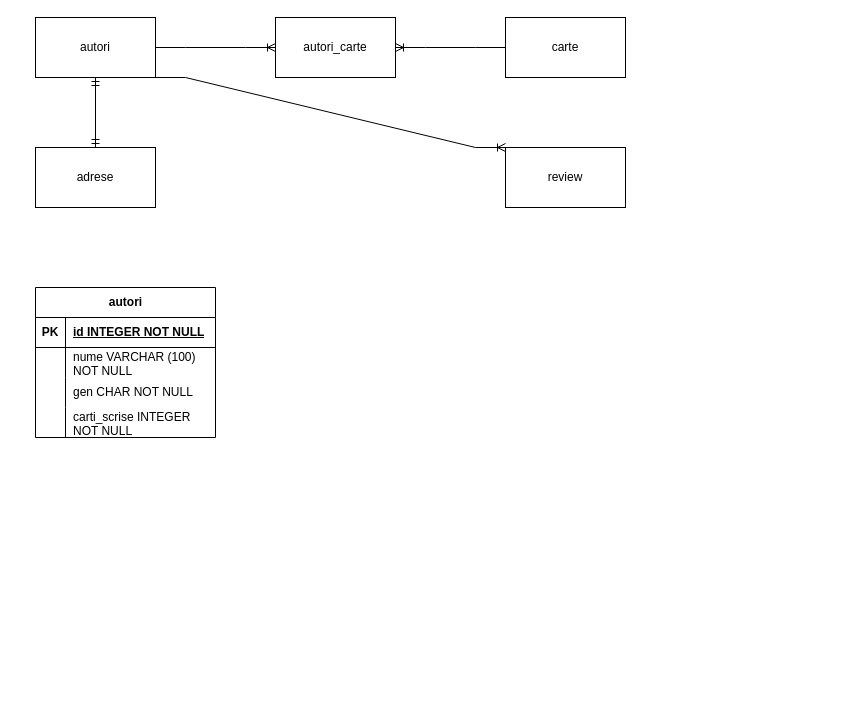
This is Untitled Diagram.drawio from vitorjurj/modelare_db, a draw.io file, before an edit. Source tidied: cells renumbered, new cells numbered last; positions are measured from the earlier drawing's top-left corner, leaving out a move shared by most shapes. Both pictures are drawn from the tidied source at 100%, with x=0, y=0 at pixel (35, 17).
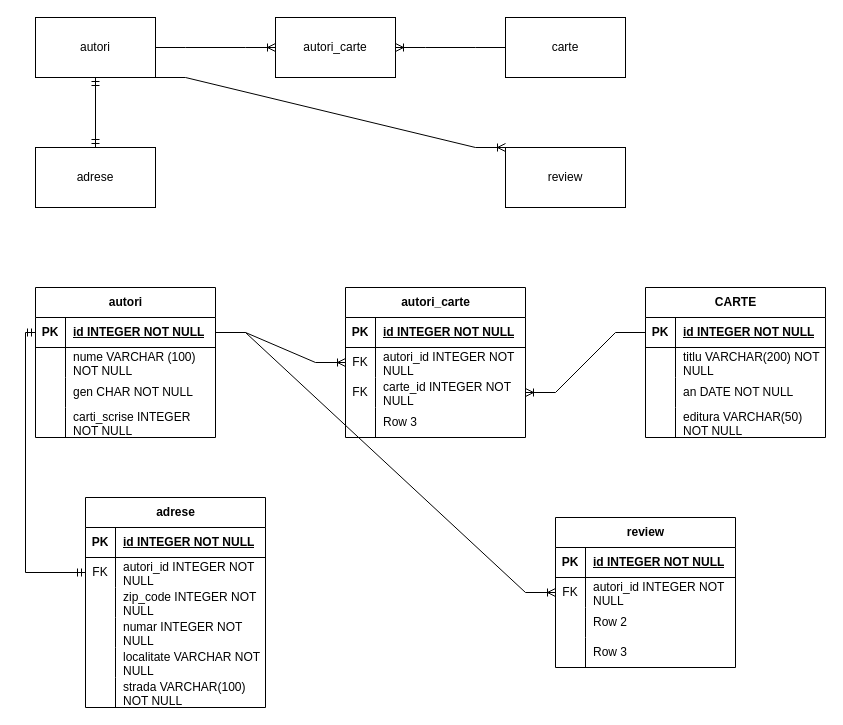
The same page after the edit.

Unchanged cells that the change refers to:
```xml
<mxCell id="12" style="shape=tableRow;horizontal=0;startSize=0;swimlaneHead=0;swimlaneBody=0;fillColor=none;points=[[0,0.5],[1,0.5]];portConstraint=eastwest;top=0;left=0;right=0;bottom=1;" parent="11" vertex="1">
  <mxGeometry y="30" width="180" height="30" as="geometry" />
</mxCell>
```

Change to the diagram source:
```diff
@@
+    <mxCell id="24" value="autori_carte" style="shape=table;startSize=30;childLayout=tableLayout;rowLines=0;fontStyle=1;align=center;html=1;" parent="1" vertex="1">
+      <mxGeometry x="310" y="270" width="180" height="150" as="geometry" />
+    </mxCell>
+    <mxCell id="25" style="shape=tableRow;horizontal=0;startSize=0;swimlaneHead=0;swimlaneBody=0;fillColor=none;top=0;left=0;right=0;bottom=1;" parent="24" vertex="1">
+      <mxGeometry y="30" width="180" height="30" as="geometry" />
+    </mxCell>
+    <mxCell id="26" value="PK" style="shape=partialRectangle;fillColor=none;top=0;left=0;bottom=0;right=0;fontStyle=1;overflow=hidden;whiteSpace=wrap;html=1;" parent="25" vertex="1">
+      <mxGeometry width="30" height="30" as="geometry" />
+    </mxCell>
+    <mxCell id="27" value="id INTEGER NOT NULL" style="shape=partialRectangle;fillColor=none;top=0;left=0;bottom=0;right=0;align=left;spacingLeft=6;fontStyle=5;overflow=hidden;whiteSpace=wrap;html=1;" parent="25" vertex="1">
+      <mxGeometry x="30" width="150" height="30" as="geometry" />
+    </mxCell>
+    <mxCell id="28" style="shape=tableRow;horizontal=0;startSize=0;swimlaneHead=0;swimlaneBody=0;fillColor=none;points=[[0,0.5],[1,0.5]];portConstraint=eastwest;top=0;left=0;right=0;bottom=0;" parent="24" vertex="1">
+      <mxGeometry y="60" width="180" height="30" as="geometry" />
+    </mxCell>
+    <mxCell id="29" value="FK" style="shape=partialRectangle;fillColor=none;top=0;left=0;bottom=0;right=0;overflow=hidden;whiteSpace=wrap;html=1;" parent="28" vertex="1">
+      <mxGeometry width="30" height="30" as="geometry" />
+    </mxCell>
+    <mxCell id="30" value="autori_id INTEGER NOT NULL" style="shape=partialRectangle;fillColor=none;top=0;left=0;bottom=0;right=0;align=left;spacingLeft=6;overflow=hidden;whiteSpace=wrap;html=1;" parent="28" vertex="1">
+      <mxGeometry x="30" width="150" height="30" as="geometry" />
+    </mxCell>
+    <mxCell id="31" style="shape=tableRow;horizontal=0;startSize=0;swimlaneHead=0;swimlaneBody=0;fillColor=none;points=[[0,0.5],[1,0.5]];portConstraint=eastwest;top=0;left=0;right=0;bottom=0;" parent="24" vertex="1">
+      <mxGeometry y="90" width="180" height="30" as="geometry" />
+    </mxCell>
+    <mxCell id="32" value="FK" style="shape=partialRectangle;fillColor=none;top=0;left=0;bottom=0;right=0;overflow=hidden;whiteSpace=wrap;html=1;" parent="31" vertex="1">
+      <mxGeometry width="30" height="30" as="geometry" />
+    </mxCell>
+    <mxCell id="33" value="carte_id INTEGER NOT NULL" style="shape=partialRectangle;fillColor=none;top=0;left=0;bottom=0;right=0;align=left;spacingLeft=6;overflow=hidden;whiteSpace=wrap;html=1;" parent="31" vertex="1">
+      <mxGeometry x="30" width="150" height="30" as="geometry" />
+    </mxCell>
+    <mxCell id="34" style="shape=tableRow;horizontal=0;startSize=0;swimlaneHead=0;swimlaneBody=0;fillColor=none;top=0;left=0;right=0;bottom=0;" parent="24" vertex="1">
+      <mxGeometry y="120" width="180" height="30" as="geometry" />
+    </mxCell>
+    <mxCell id="35" style="shape=partialRectangle;fillColor=none;top=0;left=0;bottom=0;right=0;overflow=hidden;whiteSpace=wrap;html=1;" parent="34" vertex="1">
+      <mxGeometry width="30" height="30" as="geometry" />
+    </mxCell>
+    <mxCell id="36" value="Row 3" style="shape=partialRectangle;fillColor=none;top=0;left=0;bottom=0;right=0;align=left;spacingLeft=6;overflow=hidden;whiteSpace=wrap;html=1;" parent="34" vertex="1">
+      <mxGeometry x="30" width="150" height="30" as="geometry" />
+    </mxCell>
+    <mxCell id="37" value="CARTE" style="shape=table;startSize=30;childLayout=tableLayout;rowLines=0;fontStyle=1;align=center;html=1;" parent="1" vertex="1">
+      <mxGeometry x="610" y="270" width="180" height="150" as="geometry" />
+    </mxCell>
+    <mxCell id="38" style="shape=tableRow;horizontal=0;startSize=0;swimlaneHead=0;swimlaneBody=0;fillColor=none;points=[[0,0.5],[1,0.5]];portConstraint=eastwest;top=0;left=0;right=0;bottom=1;" parent="37" vertex="1">
+      <mxGeometry y="30" width="180" height="30" as="geometry" />
+    </mxCell>
+    <mxCell id="39" value="PK" style="shape=partialRectangle;fillColor=none;top=0;left=0;bottom=0;right=0;fontStyle=1;overflow=hidden;whiteSpace=wrap;html=1;" parent="38" vertex="1">
+      <mxGeometry width="30" height="30" as="geometry" />
+    </mxCell>
+    <mxCell id="40" value="id INTEGER NOT NULL" style="shape=partialRectangle;fillColor=none;top=0;left=0;bottom=0;right=0;align=left;spacingLeft=6;fontStyle=5;overflow=hidden;whiteSpace=wrap;html=1;" parent="38" vertex="1">
+      <mxGeometry x="30" width="150" height="30" as="geometry" />
+    </mxCell>
+    <mxCell id="41" style="shape=tableRow;horizontal=0;startSize=0;swimlaneHead=0;swimlaneBody=0;fillColor=none;top=0;left=0;right=0;bottom=0;" parent="37" vertex="1">
+      <mxGeometry y="60" width="180" height="30" as="geometry" />
+    </mxCell>
+    <mxCell id="42" style="shape=partialRectangle;fillColor=none;top=0;left=0;bottom=0;right=0;overflow=hidden;whiteSpace=wrap;html=1;" parent="41" vertex="1">
+      <mxGeometry width="30" height="30" as="geometry" />
+    </mxCell>
+    <mxCell id="43" value="titlu VARCHAR(200) NOT NULL" style="shape=partialRectangle;fillColor=none;top=0;left=0;bottom=0;right=0;align=left;spacingLeft=6;overflow=hidden;whiteSpace=wrap;html=1;" parent="41" vertex="1">
+      <mxGeometry x="30" width="150" height="30" as="geometry" />
+    </mxCell>
+    <mxCell id="44" style="shape=tableRow;horizontal=0;startSize=0;swimlaneHead=0;swimlaneBody=0;fillColor=none;top=0;left=0;right=0;bottom=0;" parent="37" vertex="1">
+      <mxGeometry y="90" width="180" height="30" as="geometry" />
+    </mxCell>
+    <mxCell id="45" style="shape=partialRectangle;fillColor=none;top=0;left=0;bottom=0;right=0;overflow=hidden;whiteSpace=wrap;html=1;" parent="44" vertex="1">
+      <mxGeometry width="30" height="30" as="geometry" />
+    </mxCell>
+    <mxCell id="46" value="an DATE NOT NULL" style="shape=partialRectangle;fillColor=none;top=0;left=0;bottom=0;right=0;align=left;spacingLeft=6;overflow=hidden;whiteSpace=wrap;html=1;" parent="44" vertex="1">
+      <mxGeometry x="30" width="150" height="30" as="geometry" />
+    </mxCell>
+    <mxCell id="47" style="shape=tableRow;horizontal=0;startSize=0;swimlaneHead=0;swimlaneBody=0;fillColor=none;top=0;left=0;right=0;bottom=0;" parent="37" vertex="1">
+      <mxGeometry y="120" width="180" height="30" as="geometry" />
+    </mxCell>
+    <mxCell id="48" style="shape=partialRectangle;fillColor=none;top=0;left=0;bottom=0;right=0;overflow=hidden;whiteSpace=wrap;html=1;" parent="47" vertex="1">
+      <mxGeometry width="30" height="30" as="geometry" />
+    </mxCell>
+    <mxCell id="49" value="editura VARCHAR(50) NOT NULL" style="shape=partialRectangle;fillColor=none;top=0;left=0;bottom=0;right=0;align=left;spacingLeft=6;overflow=hidden;whiteSpace=wrap;html=1;" parent="47" vertex="1">
+      <mxGeometry x="30" width="150" height="30" as="geometry" />
+    </mxCell>
+    <mxCell id="50" value="adrese" style="shape=table;startSize=30;childLayout=tableLayout;rowLines=0;fontStyle=1;align=center;html=1;" parent="1" vertex="1">
+      <mxGeometry x="50" y="480" width="180" height="210" as="geometry" />
+    </mxCell>
+    <mxCell id="51" style="shape=tableRow;horizontal=0;startSize=0;swimlaneHead=0;swimlaneBody=0;fillColor=none;top=0;left=0;right=0;bottom=1;" parent="50" vertex="1">
+      <mxGeometry y="30" width="180" height="30" as="geometry" />
+    </mxCell>
+    <mxCell id="52" value="PK" style="shape=partialRectangle;fillColor=none;top=0;left=0;bottom=0;right=0;fontStyle=1;overflow=hidden;whiteSpace=wrap;html=1;" parent="51" vertex="1">
+      <mxGeometry width="30" height="30" as="geometry" />
+    </mxCell>
+    <mxCell id="53" value="id INTEGER NOT NULL" style="shape=partialRectangle;fillColor=none;top=0;left=0;bottom=0;right=0;align=left;spacingLeft=6;fontStyle=5;overflow=hidden;whiteSpace=wrap;html=1;" parent="51" vertex="1">
+      <mxGeometry x="30" width="150" height="30" as="geometry" />
+    </mxCell>
+    <mxCell id="54" style="shape=tableRow;horizontal=0;startSize=0;swimlaneHead=0;swimlaneBody=0;fillColor=none;points=[[0,0.5],[1,0.5]];portConstraint=eastwest;top=0;left=0;right=0;bottom=0;" parent="50" vertex="1">
+      <mxGeometry y="60" width="180" height="30" as="geometry" />
+    </mxCell>
+    <mxCell id="55" value="FK" style="shape=partialRectangle;fillColor=none;top=0;left=0;bottom=0;right=0;overflow=hidden;whiteSpace=wrap;html=1;" parent="54" vertex="1">
+      <mxGeometry width="30" height="30" as="geometry" />
+    </mxCell>
+    <mxCell id="56" value="autori_id INTEGER NOT NULL" style="shape=partialRectangle;fillColor=none;top=0;left=0;bottom=0;right=0;align=left;spacingLeft=6;overflow=hidden;whiteSpace=wrap;html=1;" parent="54" vertex="1">
+      <mxGeometry x="30" width="150" height="30" as="geometry" />
+    </mxCell>
+    <mxCell id="57" style="shape=tableRow;horizontal=0;startSize=0;swimlaneHead=0;swimlaneBody=0;fillColor=none;top=0;left=0;right=0;bottom=0;" parent="50" vertex="1">
+      <mxGeometry y="90" width="180" height="30" as="geometry" />
+    </mxCell>
+    <mxCell id="58" style="shape=partialRectangle;fillColor=none;top=0;left=0;bottom=0;right=0;overflow=hidden;whiteSpace=wrap;html=1;" parent="57" vertex="1">
+      <mxGeometry width="30" height="30" as="geometry" />
+    </mxCell>
+    <mxCell id="59" value="zip_code INTEGER NOT NULL" style="shape=partialRectangle;fillColor=none;top=0;left=0;bottom=0;right=0;align=left;spacingLeft=6;overflow=hidden;whiteSpace=wrap;html=1;" parent="57" vertex="1">
+      <mxGeometry x="30" width="150" height="30" as="geometry" />
+    </mxCell>
+    <mxCell id="60" style="shape=tableRow;horizontal=0;startSize=0;swimlaneHead=0;swimlaneBody=0;fillColor=none;top=0;left=0;right=0;bottom=0;" parent="50" vertex="1">
+      <mxGeometry y="120" width="180" height="30" as="geometry" />
+    </mxCell>
+    <mxCell id="61" style="shape=partialRectangle;fillColor=none;top=0;left=0;bottom=0;right=0;overflow=hidden;whiteSpace=wrap;html=1;" parent="60" vertex="1">
+      <mxGeometry width="30" height="30" as="geometry" />
+    </mxCell>
+    <mxCell id="62" value="numar INTEGER NOT NULL" style="shape=partialRectangle;fillColor=none;top=0;left=0;bottom=0;right=0;align=left;spacingLeft=6;overflow=hidden;whiteSpace=wrap;html=1;" parent="60" vertex="1">
+      <mxGeometry x="30" width="150" height="30" as="geometry" />
+    </mxCell>
+    <mxCell id="63" style="shape=tableRow;horizontal=0;startSize=0;swimlaneHead=0;swimlaneBody=0;fillColor=none;top=0;left=0;right=0;bottom=0;" parent="50" vertex="1">
+      <mxGeometry y="150" width="180" height="30" as="geometry" />
+    </mxCell>
+    <mxCell id="64" style="shape=partialRectangle;fillColor=none;top=0;left=0;bottom=0;right=0;overflow=hidden;whiteSpace=wrap;html=1;" parent="63" vertex="1">
+      <mxGeometry width="30" height="30" as="geometry" />
+    </mxCell>
+    <mxCell id="65" value="localitate VARCHAR NOT NULL" style="shape=partialRectangle;fillColor=none;top=0;left=0;bottom=0;right=0;align=left;spacingLeft=6;overflow=hidden;whiteSpace=wrap;html=1;" parent="63" vertex="1">
+      <mxGeometry x="30" width="150" height="30" as="geometry" />
+    </mxCell>
+    <mxCell id="66" style="shape=tableRow;horizontal=0;startSize=0;swimlaneHead=0;swimlaneBody=0;fillColor=none;top=0;left=0;right=0;bottom=0;" parent="50" vertex="1">
+      <mxGeometry y="180" width="180" height="30" as="geometry" />
+    </mxCell>
+    <mxCell id="67" style="shape=partialRectangle;fillColor=none;top=0;left=0;bottom=0;right=0;overflow=hidden;whiteSpace=wrap;html=1;" parent="66" vertex="1">
+      <mxGeometry width="30" height="30" as="geometry" />
+    </mxCell>
+    <mxCell id="68" value="strada VARCHAR(100) NOT NULL" style="shape=partialRectangle;fillColor=none;top=0;left=0;bottom=0;right=0;align=left;spacingLeft=6;overflow=hidden;whiteSpace=wrap;html=1;" parent="66" vertex="1">
+      <mxGeometry x="30" width="150" height="30" as="geometry" />
+    </mxCell>
+    <mxCell id="69" value="review" style="shape=table;startSize=30;childLayout=tableLayout;rowLines=0;fontStyle=1;align=center;html=1;" parent="1" vertex="1">
+      <mxGeometry x="520" y="500" width="180" height="150" as="geometry" />
+    </mxCell>
+    <mxCell id="70" style="shape=tableRow;horizontal=0;startSize=0;swimlaneHead=0;swimlaneBody=0;fillColor=none;top=0;left=0;right=0;bottom=1;" parent="69" vertex="1">
+      <mxGeometry y="30" width="180" height="30" as="geometry" />
+    </mxCell>
+    <mxCell id="71" value="PK" style="shape=partialRectangle;fillColor=none;top=0;left=0;bottom=0;right=0;fontStyle=1;overflow=hidden;whiteSpace=wrap;html=1;" parent="70" vertex="1">
+      <mxGeometry width="30" height="30" as="geometry" />
+    </mxCell>
+    <mxCell id="72" value="id INTEGER NOT NULL" style="shape=partialRectangle;fillColor=none;top=0;left=0;bottom=0;right=0;align=left;spacingLeft=6;fontStyle=5;overflow=hidden;whiteSpace=wrap;html=1;" parent="70" vertex="1">
+      <mxGeometry x="30" width="150" height="30" as="geometry" />
+    </mxCell>
+    <mxCell id="73" style="shape=tableRow;horizontal=0;startSize=0;swimlaneHead=0;swimlaneBody=0;fillColor=none;points=[[0,0.5],[1,0.5]];portConstraint=eastwest;top=0;left=0;right=0;bottom=0;" parent="69" vertex="1">
+      <mxGeometry y="60" width="180" height="30" as="geometry" />
+    </mxCell>
+    <mxCell id="74" value="FK" style="shape=partialRectangle;fillColor=none;top=0;left=0;bottom=0;right=0;overflow=hidden;whiteSpace=wrap;html=1;" parent="73" vertex="1">
+      <mxGeometry width="30" height="30" as="geometry" />
+    </mxCell>
+    <mxCell id="75" value="autori_id INTEGER NOT NULL" style="shape=partialRectangle;fillColor=none;top=0;left=0;bottom=0;right=0;align=left;spacingLeft=6;overflow=hidden;whiteSpace=wrap;html=1;" parent="73" vertex="1">
+      <mxGeometry x="30" width="150" height="30" as="geometry" />
+    </mxCell>
+    <mxCell id="76" style="shape=tableRow;horizontal=0;startSize=0;swimlaneHead=0;swimlaneBody=0;fillColor=none;top=0;left=0;right=0;bottom=0;" parent="69" vertex="1">
+      <mxGeometry y="90" width="180" height="30" as="geometry" />
+    </mxCell>
+    <mxCell id="77" style="shape=partialRectangle;fillColor=none;top=0;left=0;bottom=0;right=0;overflow=hidden;whiteSpace=wrap;html=1;" parent="76" vertex="1">
+      <mxGeometry width="30" height="30" as="geometry" />
+    </mxCell>
+    <mxCell id="78" value="Row 2" style="shape=partialRectangle;fillColor=none;top=0;left=0;bottom=0;right=0;align=left;spacingLeft=6;overflow=hidden;whiteSpace=wrap;html=1;" parent="76" vertex="1">
+      <mxGeometry x="30" width="150" height="30" as="geometry" />
+    </mxCell>
+    <mxCell id="79" style="shape=tableRow;horizontal=0;startSize=0;swimlaneHead=0;swimlaneBody=0;fillColor=none;top=0;left=0;right=0;bottom=0;" parent="69" vertex="1">
+      <mxGeometry y="120" width="180" height="30" as="geometry" />
+    </mxCell>
+    <mxCell id="80" style="shape=partialRectangle;fillColor=none;top=0;left=0;bottom=0;right=0;overflow=hidden;whiteSpace=wrap;html=1;" parent="79" vertex="1">
+      <mxGeometry width="30" height="30" as="geometry" />
+    </mxCell>
+    <mxCell id="81" value="Row 3" style="shape=partialRectangle;fillColor=none;top=0;left=0;bottom=0;right=0;align=left;spacingLeft=6;overflow=hidden;whiteSpace=wrap;html=1;" parent="79" vertex="1">
+      <mxGeometry x="30" width="150" height="30" as="geometry" />
+    </mxCell>
+    <mxCell id="82" style="edgeStyle=entityRelationEdgeStyle;fontSize=12;html=1;endArrow=ERoneToMany;rounded=0;entryX=0;entryY=0.5;entryDx=0;entryDy=0;" parent="1" edge="1" source="12" target="28">
+      <mxGeometry relative="1" as="geometry" />
+    </mxCell>
+    <mxCell id="83" style="edgeStyle=entityRelationEdgeStyle;fontSize=12;html=1;endArrow=ERoneToMany;rounded=0;exitX=0;exitY=0.5;exitDx=0;exitDy=0;entryX=1;entryY=0.5;entryDx=0;entryDy=0;" parent="1" edge="1" source="38" target="31">
+      <mxGeometry relative="1" as="geometry" />
+    </mxCell>
+    <mxCell id="84" style="edgeStyle=orthogonalEdgeStyle;fontSize=12;html=1;endArrow=ERmandOne;startArrow=ERmandOne;rounded=0;exitX=0;exitY=0.5;exitDx=0;exitDy=0;entryX=0;entryY=0.5;entryDx=0;entryDy=0;" parent="1" edge="1" source="54" target="12">
+      <mxGeometry relative="1" as="geometry" />
+    </mxCell>
+    <mxCell id="85" style="edgeStyle=entityRelationEdgeStyle;fontSize=12;html=1;endArrow=ERoneToMany;rounded=0;entryX=0;entryY=0.5;entryDx=0;entryDy=0;" parent="1" edge="1" source="12" target="73">
+      <mxGeometry relative="1" as="geometry" />
+    </mxCell>
```
